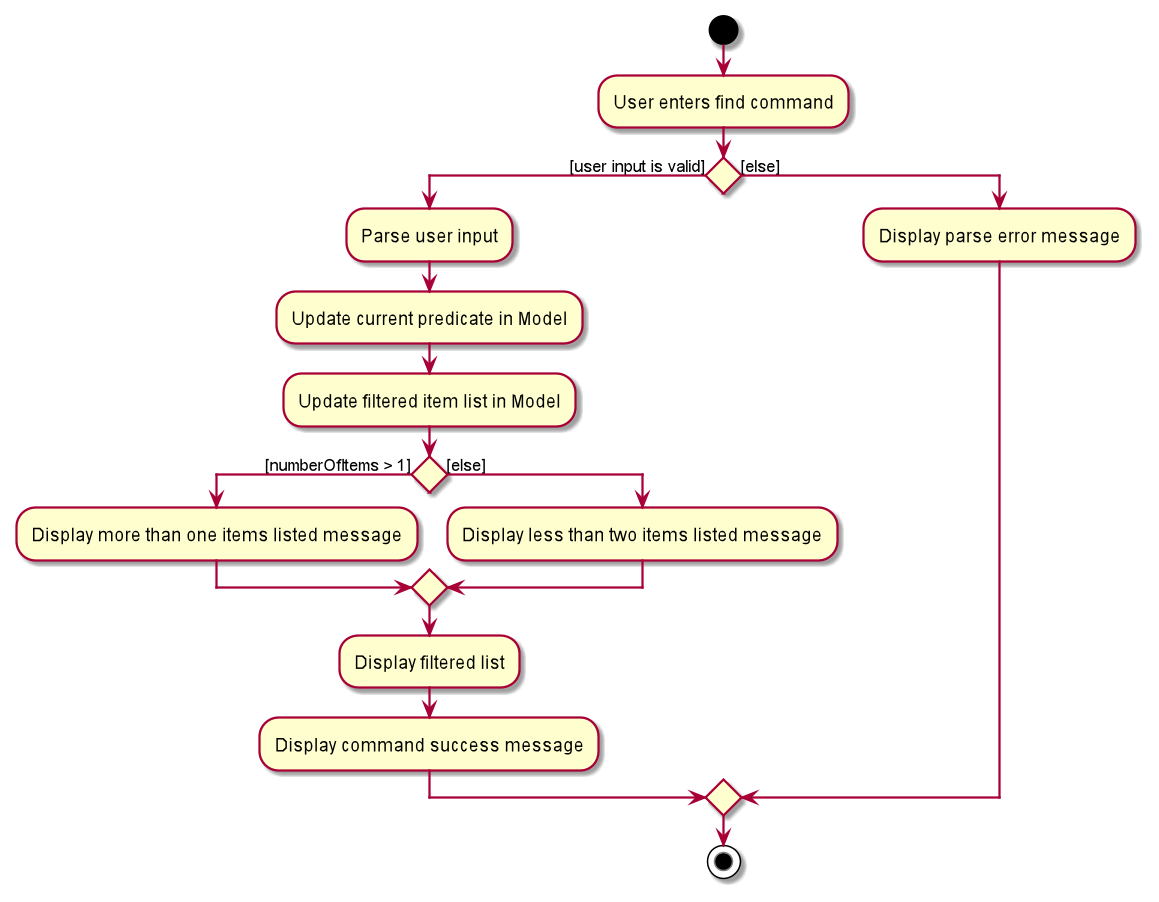
Earlier version of the PlantUML export docs/images/FindActivityDiagram.png (nus-cs2103-AY2021S2/tp).
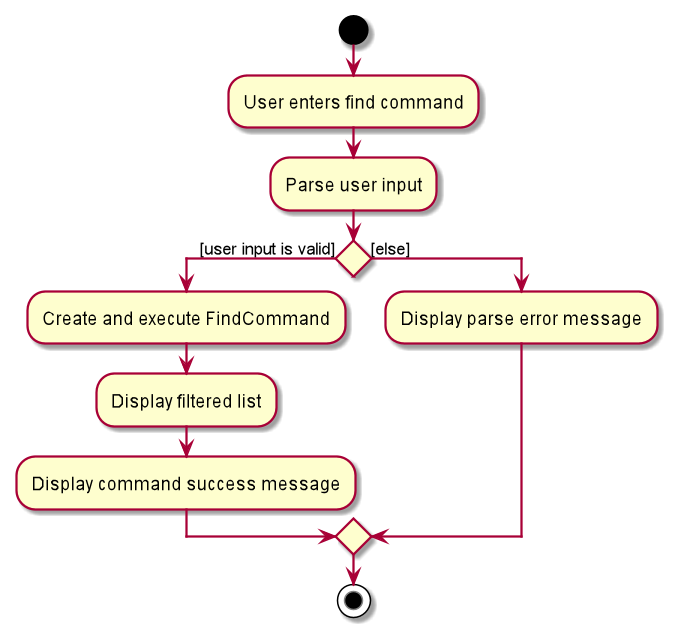
After the commit.

Commit message:
Modify Find and List activity diagrams

The edit, as a diff of the source:
```diff
@@ -2,16 +2,9 @@
 start
 :User enters find command;
 
-
+:Parse user input;
 if () then ([user input is valid])
-    :Parse user input;
-    :Update current predicate in Model;
-    :Update filtered item list in Model;
-    if () then ([numberOfItems > 1])
-    :Display more than one items listed message;
-    else ([else])
-    :Display less than two items listed message;
-    endif
+    :Create and execute FindCommand;
     :Display filtered list;
     :Display command success message;
 else ([else])
```
